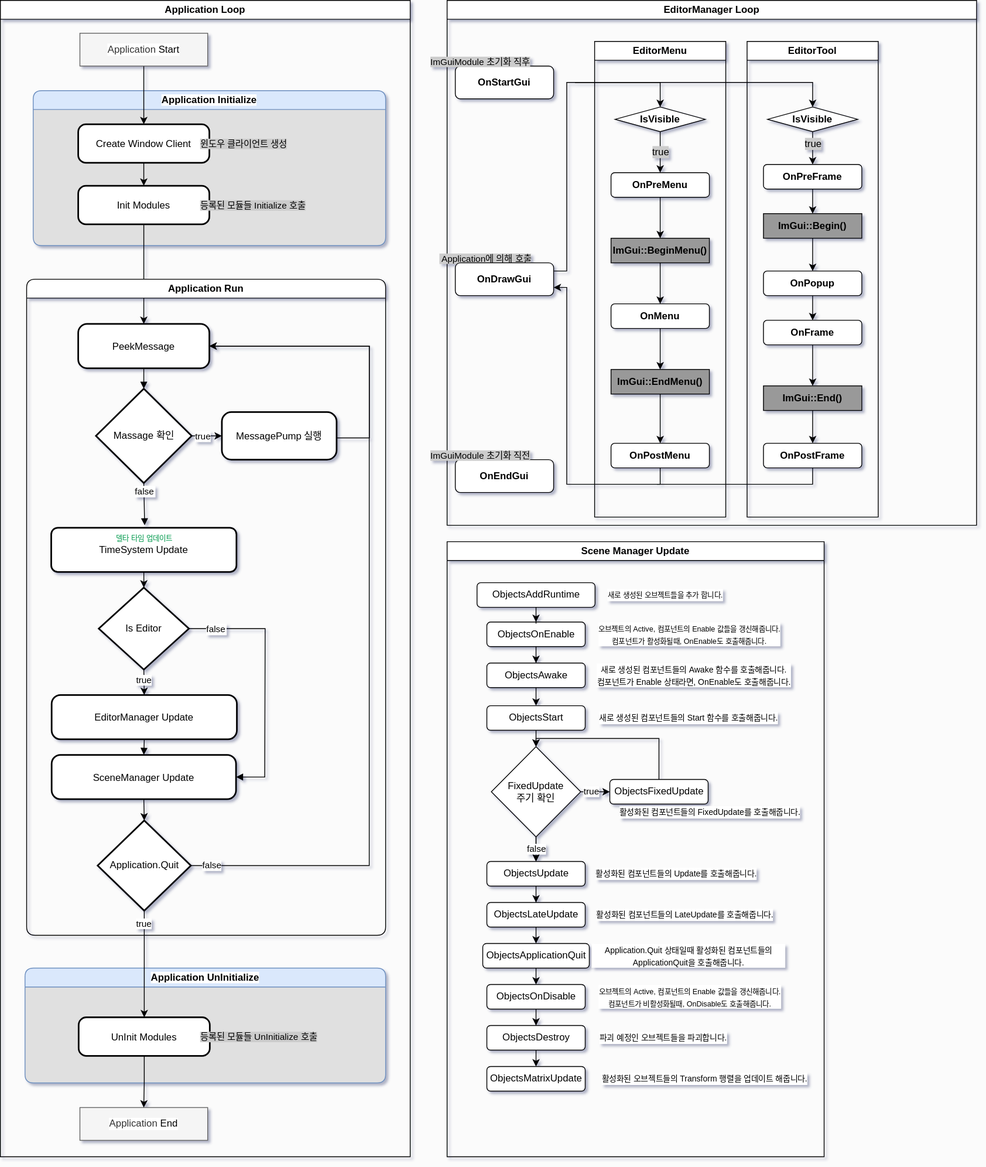
The draw.io diagram Diagram/GameEngineFlowChart.drawio.svg in Scarecrow37/VanishingGround, before a commit. Source tidied: cells renumbered, new cells last; positions are measured from the earlier drawing's top-left corner, leaving out a move shared by most shapes.
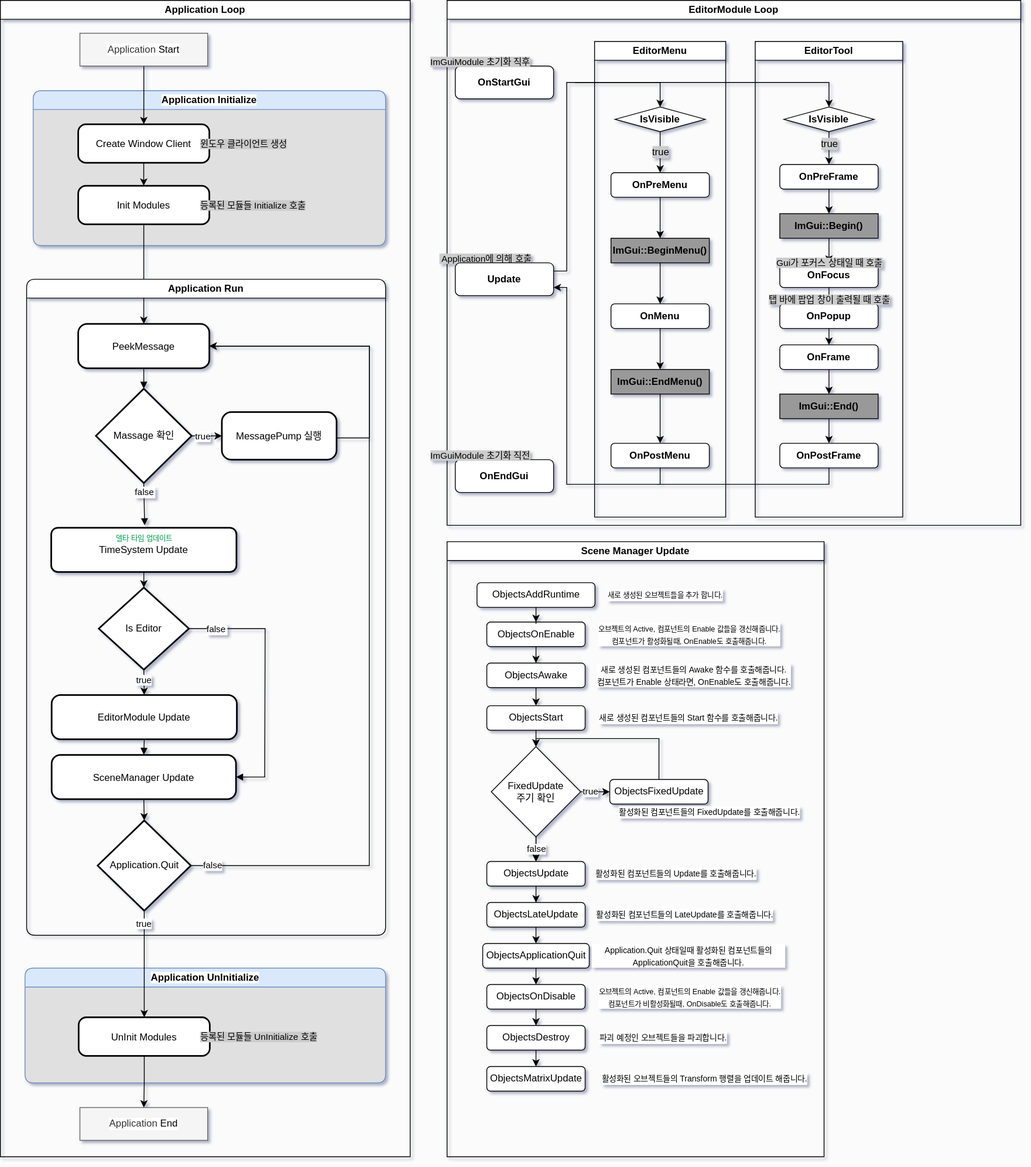
Above is the later version.

What changed in the source:
```diff
@@ -118,8 +118,8 @@
     <mxCell id="38" value="&lt;span style=&quot;font-size: x-small;&quot;&gt;활성화된 오브젝트들의 Transform 행렬을 업데이트 해줍니다.&lt;/span&gt;" style="text;html=1;align=center;verticalAlign=middle;whiteSpace=wrap;rounded=0;labelBackgroundColor=default;" parent="2" vertex="1">
       <mxGeometry x="168.5" y="640" width="291.2" height="30" as="geometry" />
     </mxCell>
-    <mxCell id="39" value="EditorManager Loop" style="swimlane;whiteSpace=wrap;html=1;labelBackgroundColor=none;" parent="1" vertex="1">
-      <mxGeometry x="545" width="646" height="640" as="geometry" />
+    <mxCell id="39" value="EditorModule Loop" style="swimlane;whiteSpace=wrap;html=1;labelBackgroundColor=none;" parent="1" vertex="1">
+      <mxGeometry x="545" width="700" height="640" as="geometry" />
     </mxCell>
     <mxCell id="40" style="endArrow=classic;html=1;rounded=0;exitX=1;exitY=0.25;exitDx=0;exitDy=0;entryX=0.5;entryY=0;entryDx=0;entryDy=0;" parent="39" edge="1" source="74" target="53">
       <mxGeometry relative="1" as="geometry">
@@ -182,12 +182,12 @@
       <mxGeometry relative="1" as="geometry">
         <mxPoint x="-24" y="50" as="sourcePoint" />
         <Array as="points">
-          <mxPoint x="266" y="50" />
+          <mxPoint x="286" y="50" />
         </Array>
       </mxGeometry>
     </mxCell>
     <mxCell id="56" value="EditorTool" style="swimlane;whiteSpace=wrap;html=1;" parent="39" vertex="1">
-      <mxGeometry x="366" y="50" width="160" height="580" as="geometry" />
+      <mxGeometry x="376" y="50" width="180" height="580" as="geometry" />
     </mxCell>
     <mxCell id="57" style="edgeStyle=orthogonalEdgeStyle;rounded=0;jettySize=auto;html=1;" parent="56" edge="1" source="62" target="65">
       <mxGeometry relative="1" as="geometry" />
@@ -195,7 +195,7 @@
     <mxCell id="58" style="edgeStyle=orthogonalEdgeStyle;rounded=0;jettySize=auto;html=1;entryX=0.5;entryY=0;entryDx=0;entryDy=0;" parent="56" edge="1" source="63" target="66">
       <mxGeometry relative="1" as="geometry" />
     </mxCell>
-    <mxCell id="59" style="edgeStyle=orthogonalEdgeStyle;rounded=0;jettySize=auto;html=1;entryX=0.5;entryY=0;entryDx=0;entryDy=0;" parent="56" edge="1" source="65" target="69">
+    <mxCell id="59" style="edgeStyle=orthogonalEdgeStyle;rounded=0;jettySize=auto;html=1;entryX=0.5;entryY=0;entryDx=0;entryDy=0;" parent="56" edge="1" source="65" target="118">
       <mxGeometry relative="1" as="geometry" />
     </mxCell>
     <mxCell id="60" style="edgeStyle=orthogonalEdgeStyle;rounded=0;jettySize=auto;html=1;entryX=0.5;entryY=0;entryDx=0;entryDy=0;" parent="56" edge="1" source="66" target="64">
@@ -205,32 +205,44 @@
       <mxGeometry relative="1" as="geometry" />
     </mxCell>
     <mxCell id="62" value="&lt;b&gt;OnPreFrame&lt;/b&gt;" style="rounded=1;whiteSpace=wrap;html=1;labelBackgroundColor=none;" parent="56" vertex="1">
-      <mxGeometry x="20" y="150" width="120" height="30" as="geometry" />
+      <mxGeometry x="30" y="150" width="120" height="30" as="geometry" />
     </mxCell>
     <mxCell id="63" value="&lt;b&gt;OnFrame&lt;/b&gt;" style="rounded=1;whiteSpace=wrap;html=1;labelBackgroundColor=none;" parent="56" vertex="1">
-      <mxGeometry x="20" y="340" width="120" height="30" as="geometry" />
+      <mxGeometry x="30" y="370" width="120" height="30" as="geometry" />
     </mxCell>
     <mxCell id="64" value="&lt;b&gt;OnPostFrame&lt;/b&gt;" style="rounded=1;whiteSpace=wrap;html=1;labelBackgroundColor=none;" parent="56" vertex="1">
-      <mxGeometry x="20" y="490" width="120" height="30" as="geometry" />
+      <mxGeometry x="30" y="490" width="120" height="30" as="geometry" />
     </mxCell>
     <mxCell id="65" value="ImGui::Begin()" style="rounded=0;whiteSpace=wrap;html=1;fontStyle=1;fillColor=#999999;" parent="56" vertex="1">
-      <mxGeometry x="20" y="210" width="120" height="30" as="geometry" />
+      <mxGeometry x="30" y="210" width="120" height="30" as="geometry" />
     </mxCell>
     <mxCell id="66" value="ImGui::End()" style="rounded=0;whiteSpace=wrap;html=1;fontStyle=1;fillColor=#999999;" parent="56" vertex="1">
-      <mxGeometry x="20" y="420" width="120" height="30" as="geometry" />
+      <mxGeometry x="30" y="430" width="120" height="30" as="geometry" />
     </mxCell>
     <mxCell id="67" value="IsVisible" style="rhombus;whiteSpace=wrap;html=1;fontStyle=1;" parent="56" vertex="1">
-      <mxGeometry x="25" y="80" width="110" height="30" as="geometry" />
+      <mxGeometry x="35" y="80" width="110" height="30" as="geometry" />
     </mxCell>
     <mxCell id="68" value="true" style="text;strokeColor=none;fillColor=none;align=center;verticalAlign=middle;spacingLeft=4;spacingRight=2;overflow=hidden;whiteSpace=wrap;html=1;spacing=0;spacingTop=0;labelBackgroundColor=#CCCCCC;labelBorderColor=none;" parent="56" vertex="1">
-      <mxGeometry x="50" y="110" width="60" height="30" as="geometry" />
+      <mxGeometry x="60" y="110" width="60" height="30" as="geometry" />
     </mxCell>
     <mxCell id="69" value="&lt;b&gt;OnPopup&lt;/b&gt;" style="rounded=1;whiteSpace=wrap;html=1;labelBackgroundColor=none;" parent="56" vertex="1">
-      <mxGeometry x="20" y="280" width="120" height="30" as="geometry" />
+      <mxGeometry x="30" y="320" width="120" height="30" as="geometry" />
     </mxCell>
     <mxCell id="70" style="edgeStyle=orthogonalEdgeStyle;rounded=0;jettySize=auto;html=1;entryX=0.5;entryY=0;entryDx=0;entryDy=0;exitX=0.5;exitY=1;exitDx=0;exitDy=0;" parent="56" edge="1" source="69" target="63">
       <mxGeometry relative="1" as="geometry" />
     </mxCell>
+    <mxCell id="118" value="&lt;b&gt;OnFocus&lt;/b&gt;" style="rounded=1;whiteSpace=wrap;html=1;labelBackgroundColor=none;" parent="56" vertex="1">
+      <mxGeometry x="30" y="270" width="120" height="30" as="geometry" />
+    </mxCell>
+    <mxCell id="119" style="edgeStyle=orthogonalEdgeStyle;rounded=0;jettySize=auto;html=1;entryX=0.5;entryY=0;entryDx=0;entryDy=0;exitX=0.5;exitY=1;exitDx=0;exitDy=0;" parent="56" edge="1" source="118" target="69">
+      <mxGeometry relative="1" as="geometry" />
+    </mxCell>
+    <mxCell id="120" value="Gui가 포커스 상태일 때 호출" style="text;strokeColor=none;fillColor=none;align=center;verticalAlign=middle;spacingLeft=4;spacingRight=2;overflow=hidden;whiteSpace=wrap;html=1;spacing=0;spacingTop=0;labelBackgroundColor=#CCCCCC;labelBorderColor=none;fontSize=11;" parent="56" vertex="1">
+      <mxGeometry x="8" y="255" width="164" height="30" as="geometry" />
+    </mxCell>
+    <mxCell id="121" value="탭 바에 팝업 창이 출력될 때 호출" style="text;strokeColor=none;fillColor=none;align=center;verticalAlign=middle;spacingLeft=4;spacingRight=2;overflow=hidden;whiteSpace=wrap;html=1;spacing=0;spacingTop=0;labelBackgroundColor=#CCCCCC;labelBorderColor=none;fontSize=11;" parent="56" vertex="1">
+      <mxGeometry x="-2" y="300" width="184" height="30" as="geometry" />
+    </mxCell>
     <mxCell id="71" value="&lt;b&gt;OnEndGui&lt;/b&gt;" style="rounded=1;whiteSpace=wrap;html=1;labelBackgroundColor=none;" parent="39" vertex="1">
       <mxGeometry x="10" y="560" width="120" height="40" as="geometry" />
     </mxCell>
@@ -240,7 +252,7 @@
     <mxCell id="73" value="&amp;nbsp;Application에 의해 호출" style="text;strokeColor=none;fillColor=none;align=center;verticalAlign=middle;spacingLeft=4;spacingRight=2;overflow=hidden;whiteSpace=wrap;html=1;spacing=0;spacingTop=0;labelBackgroundColor=#CCCCCC;labelBorderColor=none;fontSize=11;" parent="72" vertex="1">
       <mxGeometry width="140" height="30" as="geometry" />
     </mxCell>
-    <mxCell id="74" value="&lt;b&gt;OnDrawGui&lt;/b&gt;" style="rounded=1;whiteSpace=wrap;html=1;labelBackgroundColor=none;" parent="72" vertex="1">
+    <mxCell id="74" value="&lt;b&gt;Update&lt;/b&gt;" style="rounded=1;whiteSpace=wrap;html=1;labelBackgroundColor=none;" parent="72" vertex="1">
       <mxGeometry x="34" y="20" width="120" height="40" as="geometry" />
     </mxCell>
     <mxCell id="75" style="group;" parent="39" vertex="1">
@@ -262,7 +274,7 @@
       <mxGeometry relative="1" as="geometry">
         <mxPoint x="801" y="590" as="sourcePoint" />
         <Array as="points">
-          <mxPoint x="991" y="590" />
+          <mxPoint x="1011" y="590" />
         </Array>
       </mxGeometry>
     </mxCell>
@@ -324,7 +336,7 @@
     <mxCell id="97" value="Is Editor" style="rhombus;strokeWidth=2;whiteSpace=wrap;labelBackgroundColor=default;" parent="89" vertex="1">
       <mxGeometry x="88" y="376" width="110" height="100" as="geometry" />
     </mxCell>
-    <mxCell id="98" value="EditorManager Update" style="rounded=1;arcSize=20;strokeWidth=2;labelBackgroundColor=default;" parent="89" vertex="1">
+    <mxCell id="98" value="EditorModule Update" style="rounded=1;arcSize=20;strokeWidth=2;labelBackgroundColor=default;" parent="89" vertex="1">
       <mxGeometry x="30.5" y="507" width="226" height="54" as="geometry" />
     </mxCell>
     <mxCell id="99" value="SceneManager Update" style="rounded=1;arcSize=20;strokeWidth=2;labelBackgroundColor=default;" parent="89" vertex="1">
```
